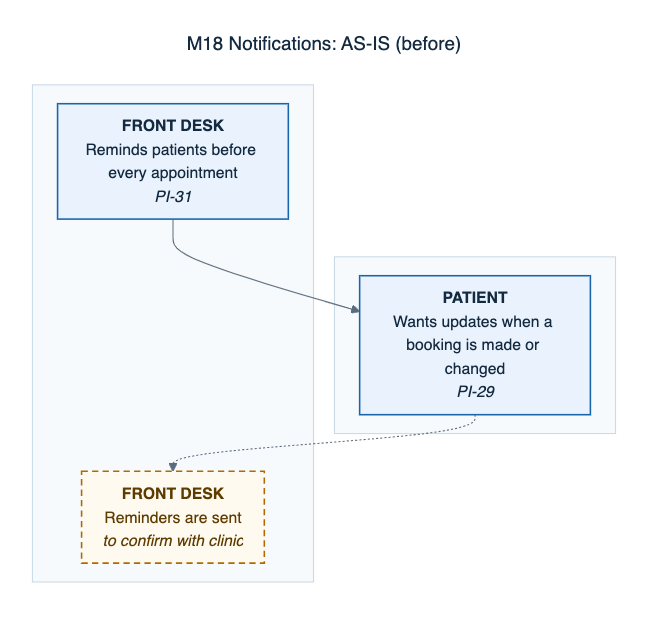
Above: docs/defense/diagrams/png/M18-notifications-as-is.png in 0phem/multibranch-dental-clinic (Mermaid), before the change. Its source is kept beside it as docs/defense/diagrams/M18-notifications-as-is.mmd.
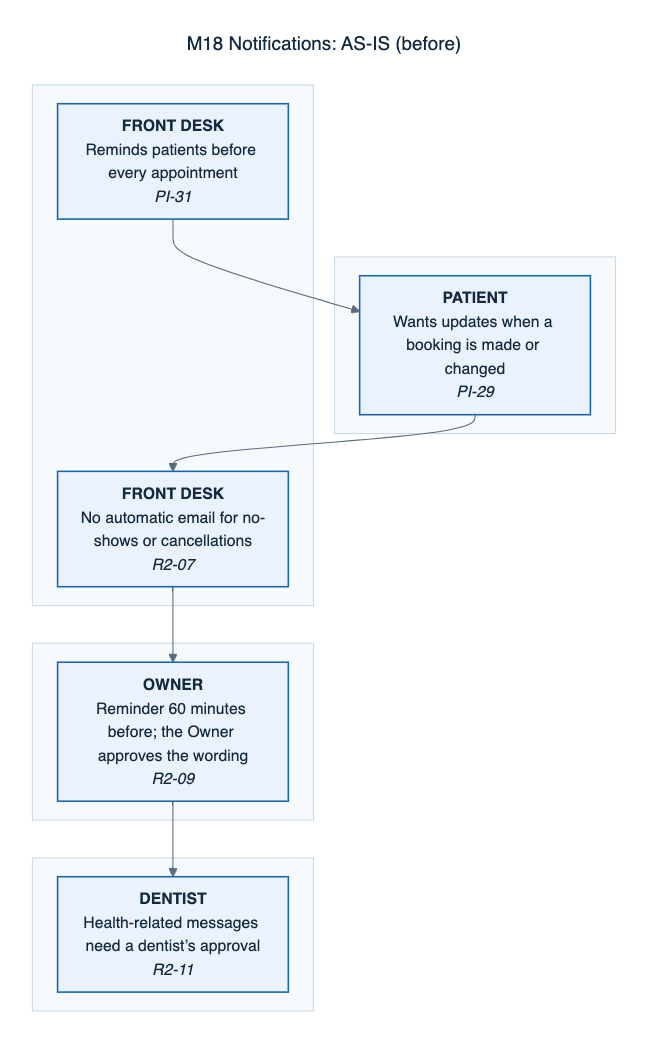
Later version of the same file.

Change to the diagram source:
```diff
@@ -9,10 +9,20 @@
     subgraph L1[" "]
     direction LR
       S0["<b>FRONT DESK</b><br/>Reminds patients before every appointment<br/><i>PI-31</i>"]:::cited
-      S2["<b>FRONT DESK</b><br/>Reminders are sent<br/><i>to confirm with clinic</i>"]:::confirm
+      S2["<b>FRONT DESK</b><br/>No automatic email for no-shows or cancellations<br/><i>R2-07</i>"]:::cited
+    end
+    subgraph L2[" "]
+    direction LR
+      S4["<b>DENTIST</b><br/>Health-related messages need a dentist’s approval<br/><i>R2-11</i>"]:::cited
+    end
+    subgraph L3[" "]
+    direction LR
+      S3["<b>OWNER</b><br/>Reminder 60 minutes before; the Owner approves the wording<br/><i>R2-09</i>"]:::cited
     end
     S0 --> S1
-    S1 -.-> S2
+    S1 --> S2
+    S2 --> S3
+    S3 --> S4
     classDef cited fill:#eaf3fd,stroke:#1865ac,color:#142a40,stroke-width:1.5px
     classDef confirm fill:#fffaf0,stroke:#b26a00,color:#5e3c00,stroke-width:1.5px,stroke-dasharray:6 4
     classDef auto fill:#e6f5ee,stroke:#0c7f75,color:#0f3d33,stroke-width:1.5px
```
